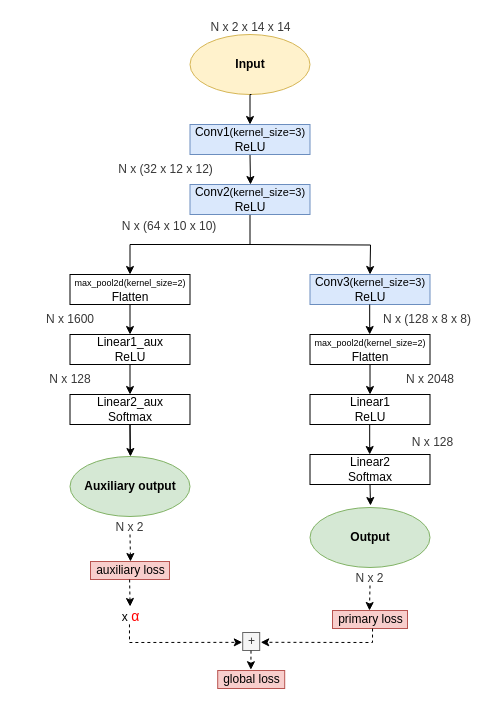
This is Proj1/Maxence_Network.drawio from jouvemax/DeepLearning, a draw.io file, before an edit. Source tidied: cells renumbered, new cells numbered last; positions are measured from the earlier drawing's top-left corner, leaving out a move shared by most shapes. Both pictures are drawn from the tidied source at 100%, with x=0, y=0 at pixel (17, 17).
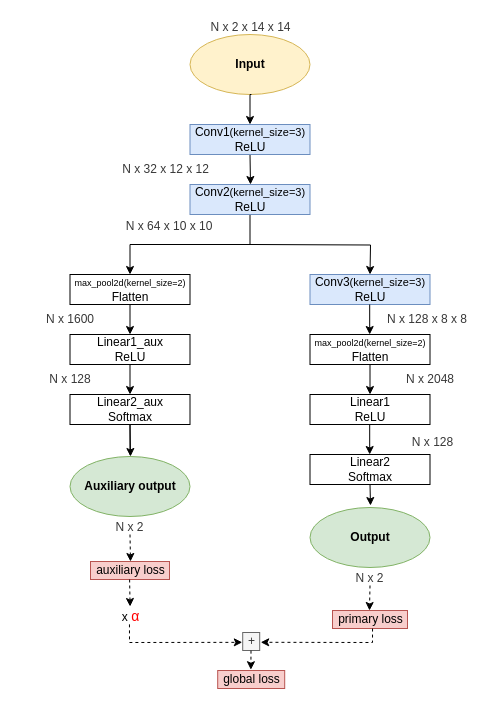
Above is the later version.

Unchanged cells that the change refers to:
```xml
<mxCell id="2" style="group;" parent="1" vertex="1">
  <mxGeometry y="2" width="467.5" height="609" as="geometry" />
</mxCell>
```

What changed in the source:
```diff
@@
-    <mxCell id="11" value="N x (32 x 12 x 12)" style="text;html=1;strokeColor=none;fillColor=none;align=center;verticalAlign=middle;whiteSpace=wrap;rounded=0;direction=east;fontColor=#383838;" parent="2" vertex="1">
+    <mxCell id="11" value="N x 32 x 12 x 12" style="text;html=1;strokeColor=none;fillColor=none;align=center;verticalAlign=middle;whiteSpace=wrap;rounded=0;direction=east;fontColor=#383838;" parent="2" vertex="1">
       <mxGeometry x="95" y="142.5" width="107" height="15" as="geometry" />
     </mxCell>
@@
-    <mxCell id="16" value="N x (64 x 10 x 10)" style="text;html=1;strokeColor=none;fillColor=none;align=center;verticalAlign=middle;whiteSpace=wrap;rounded=0;direction=east;fontColor=#383838;" parent="2" vertex="1">
+    <mxCell id="16" value="N x 64 x 10 x 10" style="text;html=1;strokeColor=none;fillColor=none;align=center;verticalAlign=middle;whiteSpace=wrap;rounded=0;direction=east;fontColor=#383838;" parent="2" vertex="1">
       <mxGeometry x="102" y="199" width="100" height="15" as="geometry" />
     </mxCell>
@@
-    <mxCell id="23" value="N x (128 x 8 x 8)" style="text;html=1;strokeColor=none;fillColor=none;align=center;verticalAlign=middle;whiteSpace=wrap;rounded=0;direction=east;fontColor=#383838;" parent="2" vertex="1">
+    <mxCell id="23" value="N x 128 x 8 x 8" style="text;html=1;strokeColor=none;fillColor=none;align=center;verticalAlign=middle;whiteSpace=wrap;rounded=0;direction=east;fontColor=#383838;" parent="2" vertex="1">
       <mxGeometry x="357" y="292.5" width="105.5" height="15" as="geometry" />
     </mxCell>
```
